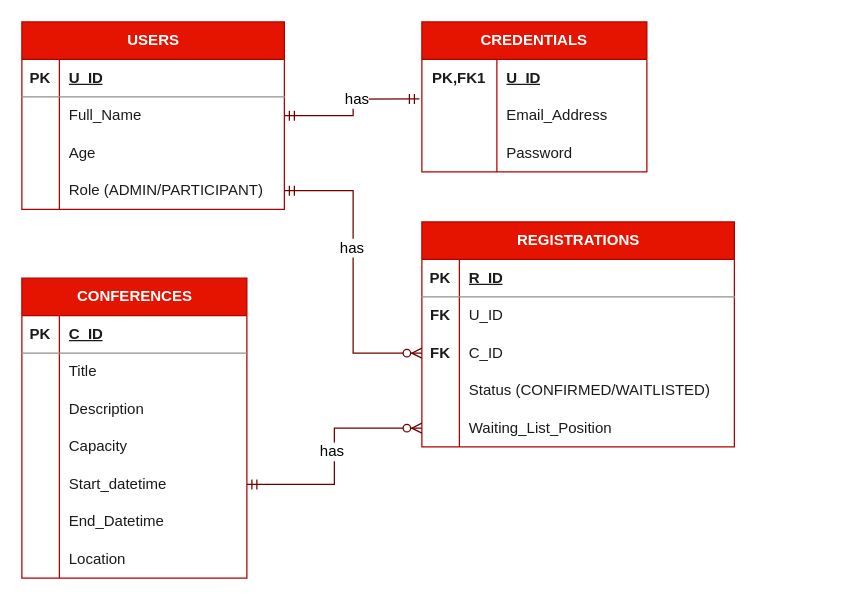
This is ER_Conference_Management_System.drawio from Varshiha/Conference_Management_System, a draw.io file, before an edit. Source tidied: cells renumbered, new cells numbered last; positions are measured from the earlier drawing's top-left corner, leaving out a move shared by most shapes. Both pictures are drawn from the tidied source at 125%, with x=0, y=0 at pixel (21, 21).
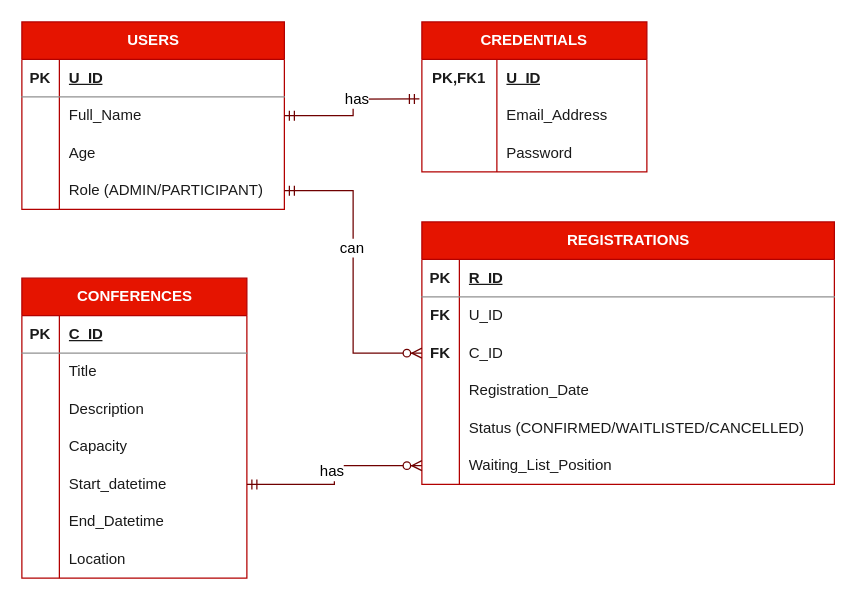
The same page after the edit.

Unchanged cells that the change refers to:
```xml
<mxCell id="67" style="edgeStyle=orthogonalEdgeStyle;fontSize=12;html=1;endArrow=ERzeroToMany;startArrow=ERmandOne;rounded=0;defaultLabelBackgroundColor=page;exitX=1;exitY=0.5;exitDx=0;exitDy=0;entryX=0;entryY=0.5;entryDx=0;entryDy=0;strokeColor=#6F0000;fontColor=default;fillColor=#a20025;" parent="1" edge="1" source="12" target="32">
  <mxGeometry relative="1" as="geometry" />
</mxCell>
```

Diff of the diagram source:
```diff
@@
     <mxCell id="25" value="REGISTRATIONS" style="shape=table;startSize=30;childLayout=tableLayout;rowLines=0;fontStyle=1;align=center;html=1;labelBackgroundColor=none;fillColor=#e51400;strokeColor=#B20000;fontColor=#ffffff;" parent="1" vertex="1">
-      <mxGeometry x="320" y="160" width="250" height="180" as="geometry" />
+      <mxGeometry x="320" y="160" width="330" height="210" as="geometry" />
     </mxCell>
     <mxCell id="26" style="shape=tableRow;horizontal=0;startSize=0;swimlaneHead=0;swimlaneBody=0;fillColor=none;top=0;left=0;right=0;bottom=1;labelBackgroundColor=none;strokeColor=#909090;fontColor=#1A1A1A;" parent="25" vertex="1">
-      <mxGeometry y="30" width="250" height="30" as="geometry" />
+      <mxGeometry y="30" width="330" height="30" as="geometry" />
     </mxCell>
@@
     <mxCell id="28" value="R_ID" style="shape=partialRectangle;fillColor=none;top=0;left=0;bottom=0;right=0;align=left;spacingLeft=6;fontStyle=5;overflow=hidden;whiteSpace=wrap;html=1;labelBackgroundColor=none;strokeColor=#909090;fontColor=#1A1A1A;" parent="26" vertex="1">
-      <mxGeometry x="30" width="220" height="30" as="geometry" />
+      <mxGeometry x="30" width="300" height="30" as="geometry" />
     </mxCell>
     <mxCell id="29" style="shape=tableRow;horizontal=0;startSize=0;swimlaneHead=0;swimlaneBody=0;fillColor=none;top=0;left=0;right=0;bottom=0;labelBackgroundColor=none;strokeColor=#909090;fontColor=#1A1A1A;" parent="25" vertex="1">
-      <mxGeometry y="60" width="250" height="30" as="geometry" />
+      <mxGeometry y="60" width="330" height="30" as="geometry" />
     </mxCell>
@@
     <mxCell id="31" value="U_ID" style="shape=partialRectangle;fillColor=none;top=0;left=0;bottom=0;right=0;align=left;spacingLeft=6;overflow=hidden;whiteSpace=wrap;html=1;labelBackgroundColor=none;strokeColor=#909090;fontColor=#1A1A1A;" parent="29" vertex="1">
-      <mxGeometry x="30" width="220" height="30" as="geometry" />
+      <mxGeometry x="30" width="300" height="30" as="geometry" />
     </mxCell>
     <mxCell id="32" style="shape=tableRow;horizontal=0;startSize=0;swimlaneHead=0;swimlaneBody=0;fillColor=none;points=[[0,0.5],[1,0.5]];portConstraint=eastwest;top=0;left=0;right=0;bottom=0;labelBackgroundColor=none;strokeColor=#909090;fontColor=#1A1A1A;" parent="25" vertex="1">
-      <mxGeometry y="90" width="250" height="30" as="geometry" />
+      <mxGeometry y="90" width="330" height="30" as="geometry" />
     </mxCell>
@@
     <mxCell id="34" value="C_ID" style="shape=partialRectangle;fillColor=none;top=0;left=0;bottom=0;right=0;align=left;spacingLeft=6;overflow=hidden;whiteSpace=wrap;html=1;labelBackgroundColor=none;strokeColor=#909090;fontColor=#1A1A1A;" parent="32" vertex="1">
-      <mxGeometry x="30" width="220" height="30" as="geometry" />
+      <mxGeometry x="30" width="300" height="30" as="geometry" />
     </mxCell>
+    <mxCell id="69" style="shape=tableRow;horizontal=0;startSize=0;swimlaneHead=0;swimlaneBody=0;fillColor=none;top=0;left=0;right=0;bottom=0;labelBackgroundColor=none;strokeColor=#909090;fontColor=#1A1A1A;" parent="25" vertex="1">
+      <mxGeometry y="120" width="330" height="30" as="geometry" />
+    </mxCell>
+    <mxCell id="70" style="shape=partialRectangle;fillColor=none;top=0;left=0;bottom=0;right=0;overflow=hidden;whiteSpace=wrap;html=1;labelBackgroundColor=none;strokeColor=#909090;fontColor=#1A1A1A;" parent="69" vertex="1">
+      <mxGeometry width="30" height="30" as="geometry" />
+    </mxCell>
+    <mxCell id="71" value="Registration_Date" style="shape=partialRectangle;fillColor=none;top=0;left=0;bottom=0;right=0;align=left;spacingLeft=6;overflow=hidden;whiteSpace=wrap;html=1;labelBackgroundColor=none;strokeColor=#909090;fontColor=#1A1A1A;" parent="69" vertex="1">
+      <mxGeometry x="30" width="300" height="30" as="geometry" />
+    </mxCell>
     <mxCell id="35" style="shape=tableRow;horizontal=0;startSize=0;swimlaneHead=0;swimlaneBody=0;fillColor=none;top=0;left=0;right=0;bottom=0;labelBackgroundColor=none;strokeColor=#909090;fontColor=#1A1A1A;" parent="25" vertex="1">
-      <mxGeometry y="120" width="250" height="30" as="geometry" />
+      <mxGeometry y="150" width="330" height="30" as="geometry" />
     </mxCell>
@@
-    <mxCell id="37" value="Status (CONFIRMED/WAITLISTED)" style="shape=partialRectangle;fillColor=none;top=0;left=0;bottom=0;right=0;align=left;spacingLeft=6;overflow=hidden;whiteSpace=wrap;html=1;labelBackgroundColor=none;strokeColor=#909090;fontColor=#1A1A1A;" parent="35" vertex="1">
-      <mxGeometry x="30" width="220" height="30" as="geometry" />
+    <mxCell id="37" value="Status (CONFIRMED/WAITLISTED/CANCELLED)" style="shape=partialRectangle;fillColor=none;top=0;left=0;bottom=0;right=0;align=left;spacingLeft=6;overflow=hidden;whiteSpace=wrap;html=1;labelBackgroundColor=none;strokeColor=#909090;fontColor=#1A1A1A;" parent="35" vertex="1">
+      <mxGeometry x="30" width="300" height="30" as="geometry" />
     </mxCell>
     <mxCell id="38" style="shape=tableRow;horizontal=0;startSize=0;swimlaneHead=0;swimlaneBody=0;fillColor=none;points=[[0,0.5],[1,0.5]];portConstraint=eastwest;top=0;left=0;right=0;bottom=0;labelBackgroundColor=none;strokeColor=#909090;fontColor=#1A1A1A;" parent="25" vertex="1">
-      <mxGeometry y="150" width="250" height="30" as="geometry" />
+      <mxGeometry y="180" width="330" height="30" as="geometry" />
     </mxCell>
@@
     <mxCell id="40" value="Waiting_List_Position" style="shape=partialRectangle;fillColor=none;top=0;left=0;bottom=0;right=0;align=left;spacingLeft=6;overflow=hidden;whiteSpace=wrap;html=1;labelBackgroundColor=none;strokeColor=#909090;fontColor=#1A1A1A;" parent="38" vertex="1">
-      <mxGeometry x="30" width="220" height="30" as="geometry" />
+      <mxGeometry x="30" width="300" height="30" as="geometry" />
     </mxCell>
@@
-    <mxCell id="68" value="has" style="edgeLabel;html=1;align=center;verticalAlign=middle;inheritText=1;fontSize=12;defaultLabelBackgroundColor=page;" parent="67" vertex="1">
+    <mxCell id="68" value="can" style="edgeLabel;html=1;align=center;verticalAlign=middle;inheritText=1;fontSize=12;defaultLabelBackgroundColor=page;" parent="67" vertex="1">
       <mxGeometry x="-0.17" y="-2" relative="1" as="geometry" />
     </mxCell>
```
